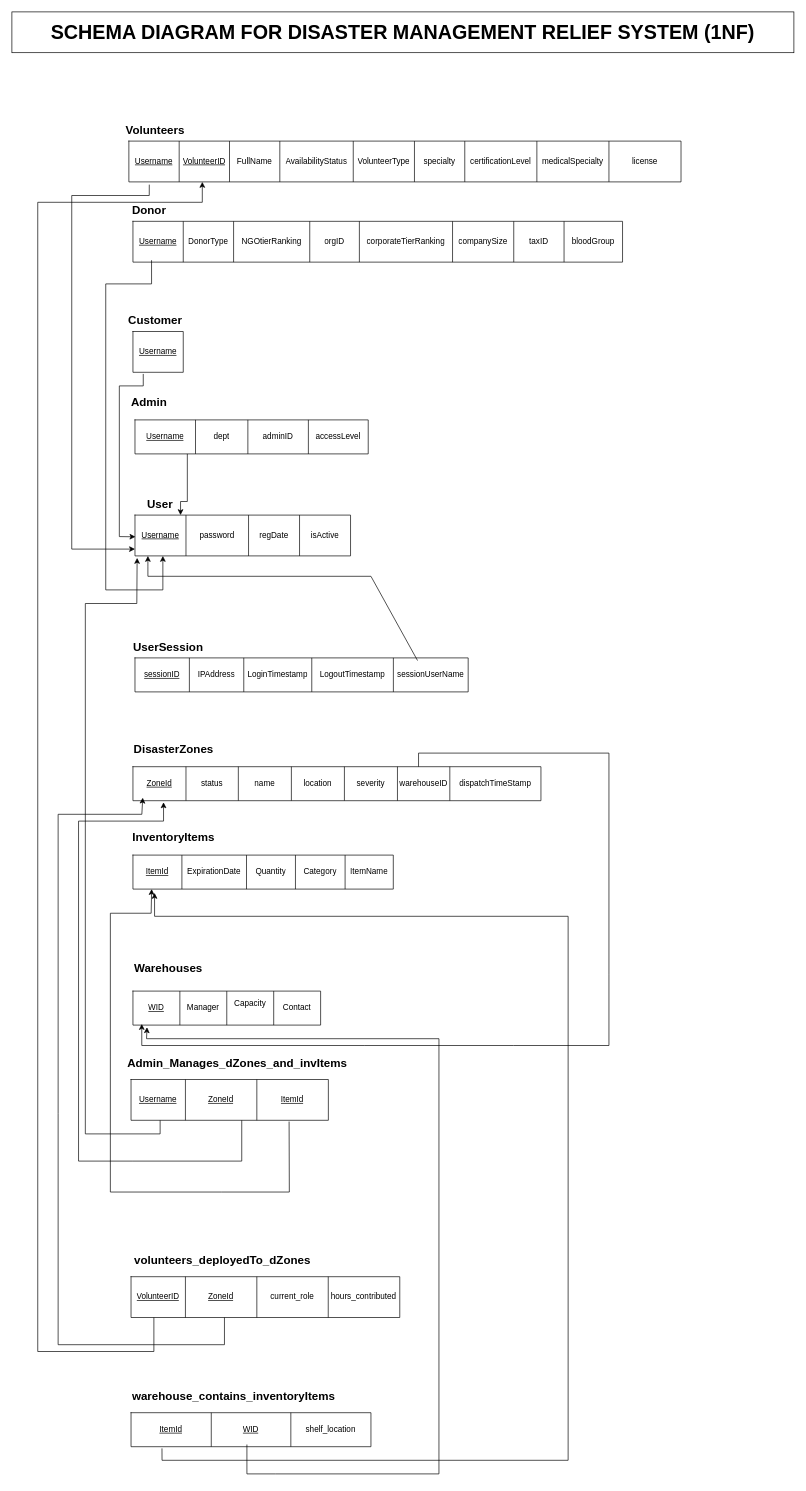
Earlier version of the draw.io diagram SCHEMA DIAGRAM_Disaster Relief Management System (1NF).drawio (oishee296/CSE370_Group08_S11_Summer2026). Source tidied: cells renumbered, new cells numbered last; positions are measured from the earlier drawing's top-left corner, leaving out a move shared by most shapes. Both pictures are drawn from the tidied source at 68%, with x=0, y=0 at pixel (12, 12).
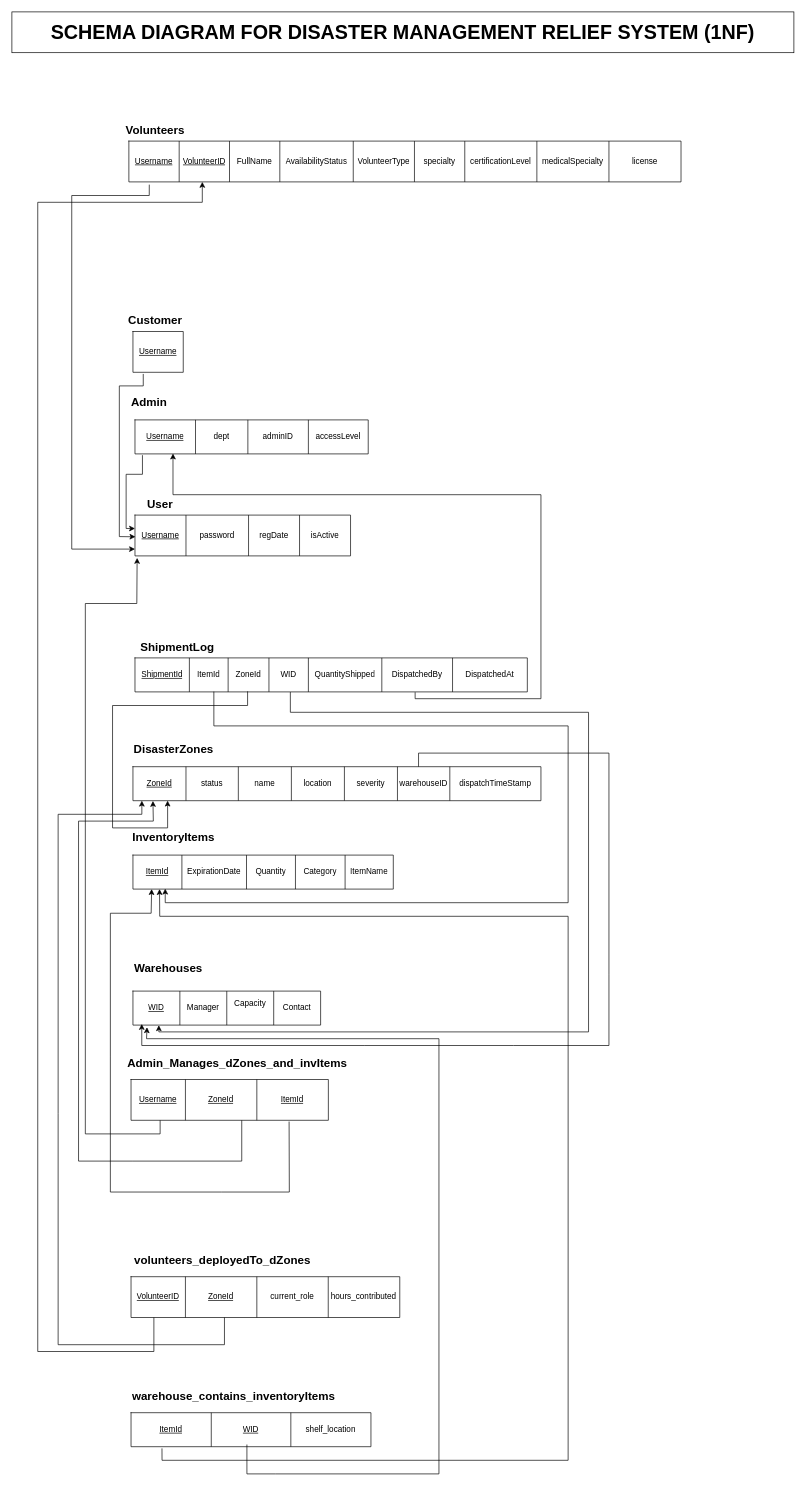
The same diagram, later.

The change refers to these unchanged cells:
```xml
<mxCell id="3" style="shape=tableRow;horizontal=0;startSize=0;swimlaneHead=0;swimlaneBody=0;strokeColor=inherit;top=0;left=0;bottom=0;right=0;fillColor=none;points=[[0,0.5],[1,0.5]];portConstraint=eastwest;fixedHeader=1;" parent="2" vertex="1">
  <mxGeometry width="317" height="60" as="geometry" />
</mxCell>
<mxCell id="8" value="&lt;b&gt;User&lt;/b&gt;" style="text;html=1;whiteSpace=wrap;strokeColor=none;fillColor=none;align=center;verticalAlign=middle;rounded=0;fontSize=17;" parent="1" vertex="1">
  <mxGeometry x="188" y="710" width="60" height="30" as="geometry" />
</mxCell>
<mxCell id="20" style="shape=tableRow;horizontal=0;startSize=0;swimlaneHead=0;swimlaneBody=0;strokeColor=inherit;top=0;left=0;bottom=0;right=0;fillColor=none;points=[[0,0.5],[1,0.5]];portConstraint=eastwest;fixedHeader=1;" parent="19" vertex="1">
  <mxGeometry width="600" height="50" as="geometry" />
</mxCell>
<mxCell id="31" style="shape=tableRow;horizontal=0;startSize=0;swimlaneHead=0;swimlaneBody=0;strokeColor=inherit;top=0;left=0;bottom=0;right=0;fillColor=none;points=[[0,0.5],[1,0.5]];portConstraint=eastwest;fixedHeader=1;" parent="30" vertex="1">
  <mxGeometry width="382.9" height="50" as="geometry" />
</mxCell>
<mxCell id="39" style="shape=tableRow;horizontal=0;startSize=0;swimlaneHead=0;swimlaneBody=0;strokeColor=inherit;top=0;left=0;bottom=0;right=0;fillColor=none;points=[[0,0.5],[1,0.5]];portConstraint=eastwest;fixedHeader=1;" parent="38" vertex="1">
  <mxGeometry width="276" height="50" as="geometry" />
</mxCell>
<mxCell id="80" style="shape=tableRow;horizontal=0;startSize=0;swimlaneHead=0;swimlaneBody=0;strokeColor=inherit;top=0;left=0;bottom=0;right=0;fillColor=none;points=[[0,0.5],[1,0.5]];portConstraint=eastwest;fixedHeader=1;" parent="79" vertex="1">
  <mxGeometry width="343" height="50" as="geometry" />
</mxCell>
<mxCell id="102" style="shape=tableRow;horizontal=0;startSize=0;swimlaneHead=0;swimlaneBody=0;strokeColor=inherit;top=0;left=0;bottom=0;right=0;fillColor=none;points=[[0,0.5],[1,0.5]];portConstraint=eastwest;fixedHeader=1;" parent="101" vertex="1">
  <mxGeometry width="352.8" height="50" as="geometry" />
</mxCell>
```

Diff of the diagram source:
```diff
@@
-    <mxCell id="9" style="shape=table;startSize=0;childLayout=tableLayout;fixedHeader=1;" parent="1" vertex="1">
-      <mxGeometry x="181" y="950" width="490" height="50" as="geometry" />
-    </mxCell>
-    <mxCell id="10" style="shape=tableRow;horizontal=0;startSize=0;swimlaneHead=0;swimlaneBody=0;strokeColor=inherit;top=0;left=0;bottom=0;right=0;fillColor=none;points=[[0,0.5],[1,0.5]];portConstraint=eastwest;fixedHeader=1;" parent="9" vertex="1">
-      <mxGeometry width="490" height="50" as="geometry" />
-    </mxCell>
-    <mxCell id="11" value="&lt;u&gt;sessionID&lt;/u&gt;" style="shape=partialRectangle;html=1;whiteSpace=wrap;strokeColor=inherit;overflow=hidden;fillColor=none;top=0;left=0;bottom=0;right=0;" parent="10" vertex="1">
-      <mxGeometry width="80" height="50" as="geometry" />
-    </mxCell>
-    <mxCell id="12" value="IPAddress" style="shape=partialRectangle;html=1;whiteSpace=wrap;strokeColor=inherit;overflow=hidden;fillColor=none;top=0;left=0;bottom=0;right=0;" parent="10" vertex="1">
-      <mxGeometry x="80" width="80" height="50" as="geometry" />
-    </mxCell>
-    <mxCell id="13" value="LoginTimestamp" style="shape=partialRectangle;html=1;whiteSpace=wrap;strokeColor=inherit;overflow=hidden;fillColor=none;top=0;left=0;bottom=0;right=0;" parent="10" vertex="1">
-      <mxGeometry x="160" width="100" height="50" as="geometry" />
-    </mxCell>
-    <mxCell id="14" value="LogoutTimestamp" style="shape=partialRectangle;html=1;whiteSpace=wrap;strokeColor=inherit;overflow=hidden;fillColor=none;top=0;left=0;bottom=0;right=0;" parent="10" vertex="1">
-      <mxGeometry x="260" width="120" height="50" as="geometry" />
-    </mxCell>
-    <mxCell id="15" value="sessionUserName" style="shape=partialRectangle;html=1;whiteSpace=wrap;strokeColor=inherit;overflow=hidden;fillColor=none;top=0;left=0;bottom=0;right=0;" parent="10" vertex="1">
-      <mxGeometry x="380" width="110" height="50" as="geometry" />
-    </mxCell>
-    <mxCell id="16" value="&lt;b&gt;UserSession&lt;/b&gt;" style="text;html=1;whiteSpace=wrap;strokeColor=none;fillColor=none;align=center;verticalAlign=middle;rounded=0;fontSize=17;" parent="1" vertex="1">
-      <mxGeometry x="200" y="920" width="60" height="30" as="geometry" />
-    </mxCell>
-    <mxCell id="17" style="endArrow=classic;html=1;rounded=0;entryX=0.059;entryY=1.087;entryDx=0;entryDy=0;entryPerimeter=0;" parent="1" edge="1">
-      <mxGeometry relative="1" as="geometry">
-        <mxPoint x="528" y="830" as="sourcePoint" />
-        <mxPoint x="200" y="800" as="targetPoint" />
-        <Array as="points">
-          <mxPoint x="200" y="830" />
-          <mxPoint x="200" y="815" />
-        </Array>
-      </mxGeometry>
-    </mxCell>
-    <mxCell id="18" style="endArrow=none;html=1;rounded=0;exitX=0.848;exitY=0.078;exitDx=0;exitDy=0;exitPerimeter=0;" parent="1" edge="1" source="10">
-      <mxGeometry relative="1" as="geometry">
-        <mxPoint x="528" y="830" as="targetPoint" />
-      </mxGeometry>
-    </mxCell>
@@
-    <mxCell id="29" value="&lt;div&gt;&lt;br&gt;&lt;/div&gt;" style="text;html=1;whiteSpace=wrap;strokeColor=none;fillColor=none;align=center;verticalAlign=middle;rounded=0;" parent="1" vertex="1">
-      <mxGeometry x="260" y="1040" width="68" height="30" as="geometry" />
-    </mxCell>
@@
-    <mxCell id="51" style="shape=table;startSize=0;childLayout=tableLayout;fixedHeader=1;" parent="1" vertex="1">
-      <mxGeometry x="178" y="308" width="720" height="60" as="geometry" />
-    </mxCell>
-    <mxCell id="52" style="shape=tableRow;horizontal=0;startSize=0;swimlaneHead=0;swimlaneBody=0;strokeColor=inherit;top=0;left=0;bottom=0;right=0;fillColor=none;points=[[0,0.5],[1,0.5]];portConstraint=eastwest;fixedHeader=1;" parent="51" vertex="1">
-      <mxGeometry width="720" height="60" as="geometry" />
-    </mxCell>
-    <mxCell id="53" value="&lt;u&gt;Username&lt;/u&gt;" style="shape=partialRectangle;html=1;whiteSpace=wrap;strokeColor=inherit;overflow=hidden;fillColor=none;top=0;left=0;bottom=0;right=0;" parent="52" vertex="1">
-      <mxGeometry width="74" height="60" as="geometry" />
-    </mxCell>
-    <mxCell id="54" value="DonorType" style="shape=partialRectangle;html=1;whiteSpace=wrap;strokeColor=inherit;overflow=hidden;fillColor=none;top=0;left=0;bottom=0;right=0;" parent="52" vertex="1">
-      <mxGeometry x="74" width="74" height="60" as="geometry" />
-    </mxCell>
-    <mxCell id="55" value="NGOtierRanking" style="shape=partialRectangle;html=1;whiteSpace=wrap;strokeColor=inherit;overflow=hidden;fillColor=none;top=0;left=0;bottom=0;right=0;" parent="52" vertex="1">
-      <mxGeometry x="148" width="112" height="60" as="geometry" />
-    </mxCell>
-    <mxCell id="56" value="orgID" style="shape=partialRectangle;html=1;whiteSpace=wrap;strokeColor=inherit;overflow=hidden;fillColor=none;top=0;left=0;bottom=0;right=0;" parent="52" vertex="1">
-      <mxGeometry x="260" width="73" height="60" as="geometry" />
-    </mxCell>
-    <mxCell id="57" value="corporateTierRanking" style="shape=partialRectangle;html=1;whiteSpace=wrap;strokeColor=inherit;overflow=hidden;fillColor=none;top=0;left=0;bottom=0;right=0;" parent="52" vertex="1">
-      <mxGeometry x="333" width="137" height="60" as="geometry" />
-    </mxCell>
-    <mxCell id="58" value="companySize" style="shape=partialRectangle;html=1;whiteSpace=wrap;strokeColor=inherit;overflow=hidden;fillColor=none;top=0;left=0;bottom=0;right=0;" parent="52" vertex="1">
-      <mxGeometry x="470" width="90" height="60" as="geometry" />
-    </mxCell>
-    <mxCell id="59" value="taxID" style="shape=partialRectangle;html=1;whiteSpace=wrap;strokeColor=inherit;overflow=hidden;fillColor=none;top=0;left=0;bottom=0;right=0;" parent="52" vertex="1">
-      <mxGeometry x="560" width="74" height="60" as="geometry" />
-    </mxCell>
-    <mxCell id="60" value="bloodGroup" style="shape=partialRectangle;html=1;whiteSpace=wrap;strokeColor=inherit;overflow=hidden;fillColor=none;top=0;left=0;bottom=0;right=0;" parent="52" vertex="1">
-      <mxGeometry x="634" width="86" height="60" as="geometry" />
-    </mxCell>
@@
-    <mxCell id="72" value="&lt;b&gt;Donor&lt;/b&gt;" style="text;html=1;whiteSpace=wrap;strokeColor=none;fillColor=none;align=center;verticalAlign=middle;rounded=0;fontSize=17;" parent="1" vertex="1">
-      <mxGeometry x="172" y="278" width="60" height="30" as="geometry" />
-    </mxCell>
@@
-    <mxCell id="89" style="endArrow=classic;html=1;rounded=0;entryX=0.075;entryY=1.048;entryDx=0;entryDy=0;entryPerimeter=0;" parent="1" edge="1" target="20">
+    <mxCell id="89" style="endArrow=classic;html=1;rounded=0;entryX=0.049;entryY=1.007;entryDx=0;entryDy=0;entryPerimeter=0;" parent="1" edge="1" target="20">
       <mxGeometry relative="1" as="geometry">
         <mxPoint x="338" y="1630" as="sourcePoint" />
         <Array as="points">
           <mxPoint x="338" y="1630" />
           <mxPoint x="338" y="1690" />
           <mxPoint x="178" y="1690" />
           <mxPoint x="98" y="1690" />
           <mxPoint x="98" y="1190" />
-          <mxPoint x="223" y="1190" />
+          <mxPoint x="208" y="1190" />
         </Array>
       </mxGeometry>
     </mxCell>
@@
-    <mxCell id="99" style="edgeStyle=none;jettySize=auto;html=1;rounded=0;entryX=0.024;entryY=0.912;entryDx=0;entryDy=0;entryPerimeter=0;" parent="1" edge="1" target="20">
+    <mxCell id="99" style="edgeStyle=none;orthogonalLoop=1;jettySize=auto;html=1;rounded=0;" parent="1" edge="1">
       <mxGeometry relative="1" as="geometry">
         <mxPoint x="312.6" y="1920" as="sourcePoint" />
+        <mxPoint x="191.1" y="1160" as="targetPoint" />
         <Array as="points">
           <mxPoint x="312.6" y="1960" />
           <mxPoint x="68" y="1960" />
           <mxPoint x="68" y="1620" />
           <mxPoint x="68" y="1180" />
           <mxPoint x="191.1" y="1180" />
         </Array>
       </mxGeometry>
     </mxCell>
@@
-    <mxCell id="107" style="edgeStyle=none;jettySize=auto;html=1;rounded=0;entryX=0.083;entryY=1.112;entryDx=0;entryDy=0;entryPerimeter=0;exitX=0.129;exitY=1.05;exitDx=0;exitDy=0;exitPerimeter=0;" parent="1" edge="1" source="102" target="31">
+    <mxCell id="107" style="edgeStyle=none;jettySize=auto;html=1;rounded=0;exitX=0.129;exitY=1.05;exitDx=0;exitDy=0;exitPerimeter=0;" parent="1" edge="1" source="102">
       <mxGeometry relative="1" as="geometry">
+        <mxPoint x="217.1" y="1290" as="targetPoint" />
         <Array as="points">
           <mxPoint x="220.8" y="2130" />
           <mxPoint x="818" y="2130" />
           <mxPoint x="818" y="1330" />
-          <mxPoint x="209.8" y="1330" />
+          <mxPoint x="217.4" y="1330" />
         </Array>
       </mxGeometry>
     </mxCell>
@@
-    <mxCell id="110" style="endArrow=classic;html=1;rounded=0;exitX=0.038;exitY=0.953;exitDx=0;exitDy=0;exitPerimeter=0;" parent="1" edge="1" source="52">
-      <mxGeometry relative="1" as="geometry">
-        <mxPoint x="222" y="800" as="targetPoint" />
-        <Array as="points">
-          <mxPoint x="205.4" y="400" />
-          <mxPoint x="138" y="400" />
-          <mxPoint x="138" y="850" />
-          <mxPoint x="222" y="850" />
-        </Array>
-      </mxGeometry>
-    </mxCell>
@@
-    <mxCell id="113" style="edgeStyle=none;jettySize=auto;html=1;rounded=0;entryX=1;entryY=1;entryDx=0;entryDy=0;" parent="1" edge="1" target="8">
+    <mxCell id="113" style="edgeStyle=orthogonalEdgeStyle;jettySize=auto;html=1;rounded=0;entryX=0;entryY=0.329;entryDx=0;entryDy=0;exitX=0.032;exitY=1.037;exitDx=0;exitDy=0;exitPerimeter=0;entryPerimeter=0;" parent="1" edge="1" source="80" target="3">
       <mxGeometry relative="1" as="geometry">
-        <mxPoint x="258" y="650" as="sourcePoint" />
         <Array as="points">
-          <mxPoint x="258" y="720" />
-          <mxPoint x="248" y="720" />
+          <mxPoint x="192" y="680" />
+          <mxPoint x="168" y="680" />
+          <mxPoint x="168" y="759.7" />
         </Array>
       </mxGeometry>
     </mxCell>
+    <mxCell id="114" style="shape=table;startSize=0;childLayout=tableLayout;fixedHeader=1;" parent="1" vertex="1">
+      <mxGeometry x="181" y="950" width="577" height="50" as="geometry" />
+    </mxCell>
+    <mxCell id="115" style="shape=tableRow;horizontal=0;startSize=0;swimlaneHead=0;swimlaneBody=0;strokeColor=inherit;top=0;left=0;bottom=0;right=0;fillColor=none;points=[[0,0.5],[1,0.5]];portConstraint=eastwest;fixedHeader=1;" parent="114" vertex="1">
+      <mxGeometry width="577" height="50" as="geometry" />
+    </mxCell>
+    <mxCell id="116" value="&lt;u&gt;ShipmentId&lt;/u&gt;" style="shape=partialRectangle;html=1;whiteSpace=wrap;strokeColor=inherit;overflow=hidden;fillColor=none;top=0;left=0;bottom=0;right=0;" parent="115" vertex="1">
+      <mxGeometry width="80" height="50" as="geometry" />
+    </mxCell>
+    <mxCell id="117" value="ItemId" style="shape=partialRectangle;html=1;whiteSpace=wrap;strokeColor=inherit;overflow=hidden;fillColor=none;top=0;left=0;bottom=0;right=0;" parent="115" vertex="1">
+      <mxGeometry x="80" width="57" height="50" as="geometry" />
+    </mxCell>
+    <mxCell id="118" value="ZoneId" style="shape=partialRectangle;html=1;whiteSpace=wrap;strokeColor=inherit;overflow=hidden;fillColor=none;top=0;left=0;bottom=0;right=0;" parent="115" vertex="1">
+      <mxGeometry x="137" width="60" height="50" as="geometry" />
+    </mxCell>
+    <mxCell id="119" value="WID" style="shape=partialRectangle;html=1;whiteSpace=wrap;strokeColor=inherit;overflow=hidden;fillColor=none;top=0;left=0;bottom=0;right=0;" parent="115" vertex="1">
+      <mxGeometry x="197" width="58" height="50" as="geometry" />
+    </mxCell>
+    <mxCell id="120" value="QuantityShipped" style="shape=partialRectangle;html=1;whiteSpace=wrap;strokeColor=inherit;overflow=hidden;fillColor=none;top=0;left=0;bottom=0;right=0;" parent="115" vertex="1">
+      <mxGeometry x="255" width="108" height="50" as="geometry" />
+    </mxCell>
+    <mxCell id="121" value="DispatchedBy" style="shape=partialRectangle;html=1;whiteSpace=wrap;strokeColor=inherit;overflow=hidden;fillColor=none;top=0;left=0;bottom=0;right=0;" parent="115" vertex="1">
+      <mxGeometry x="363" width="104" height="50" as="geometry" />
+    </mxCell>
+    <mxCell id="122" value="DispatchedAt" style="shape=partialRectangle;html=1;whiteSpace=wrap;strokeColor=inherit;overflow=hidden;fillColor=none;top=0;left=0;bottom=0;right=0;" parent="115" vertex="1">
+      <mxGeometry x="467" width="110" height="50" as="geometry" />
+    </mxCell>
+    <mxCell id="123" style="edgeStyle=orthogonalEdgeStyle;rounded=0;orthogonalLoop=1;jettySize=auto;html=1;innerLoopWaypoints=1;exitX=1;exitY=0.5;exitDx=0;exitDy=0;" parent="114" edge="1" source="115" target="115">
+      <mxGeometry relative="1" as="geometry" />
+    </mxCell>
+    <mxCell id="124" style="endArrow=classic;html=1;rounded=0;edgeStyle=orthogonalEdgeStyle;exitX=0.201;exitY=0.992;exitDx=0;exitDy=0;exitPerimeter=0;entryX=0.124;entryY=0.987;entryDx=0;entryDy=0;entryPerimeter=0;" parent="1" edge="1" source="115" target="31">
+      <mxGeometry relative="1" as="geometry">
+        <Array as="points">
+          <mxPoint x="297" y="1050" />
+          <mxPoint x="818" y="1050" />
+          <mxPoint x="818" y="1310" />
+          <mxPoint x="225.5" y="1310" />
+        </Array>
+      </mxGeometry>
+    </mxCell>
+    <mxCell id="125" style="endArrow=classic;html=1;rounded=0;edgeStyle=orthogonalEdgeStyle;exitX=0.287;exitY=0.983;exitDx=0;exitDy=0;exitPerimeter=0;entryX=0.085;entryY=0.998;entryDx=0;entryDy=0;entryPerimeter=0;" parent="1" edge="1" source="115" target="20">
+      <mxGeometry relative="1" as="geometry">
+        <Array as="points">
+          <mxPoint x="346.6" y="1020" />
+          <mxPoint x="148" y="1020" />
+          <mxPoint x="148" y="1200" />
+          <mxPoint x="229" y="1200" />
+        </Array>
+      </mxGeometry>
+    </mxCell>
+    <mxCell id="126" style="endArrow=classic;html=1;rounded=0;edgeStyle=orthogonalEdgeStyle;exitX=0.396;exitY=1.004;exitDx=0;exitDy=0;exitPerimeter=0;entryX=0.138;entryY=1.004;entryDx=0;entryDy=0;entryPerimeter=0;" parent="1" edge="1" source="115" target="39">
+      <mxGeometry relative="1" as="geometry">
+        <Array as="points">
+          <mxPoint x="409.6" y="1030" />
+          <mxPoint x="848" y="1030" />
+          <mxPoint x="848" y="1500" />
+          <mxPoint x="216.1" y="1500" />
+        </Array>
+      </mxGeometry>
+    </mxCell>
+    <mxCell id="127" style="endArrow=classic;html=1;rounded=0;edgeStyle=orthogonalEdgeStyle;exitX=0.714;exitY=1.01;exitDx=0;exitDy=0;exitPerimeter=0;entryX=0.163;entryY=0.99;entryDx=0;entryDy=0;entryPerimeter=0;" parent="1" edge="1" source="115" target="80">
+      <mxGeometry relative="1" as="geometry">
+        <Array as="points">
+          <mxPoint x="593.1" y="1010" />
+          <mxPoint x="778" y="1010" />
+          <mxPoint x="778" y="710" />
+          <mxPoint x="236.9" y="710" />
+        </Array>
+      </mxGeometry>
+    </mxCell>
+    <mxCell id="128" value="&lt;b&gt;ShipmentLog&lt;/b&gt;" style="text;html=1;whiteSpace=wrap;strokeColor=none;fillColor=none;align=center;verticalAlign=middle;rounded=0;fontSize=17;" parent="1" vertex="1">
+      <mxGeometry x="181" y="920" width="125" height="30" as="geometry" />
+    </mxCell>
```
